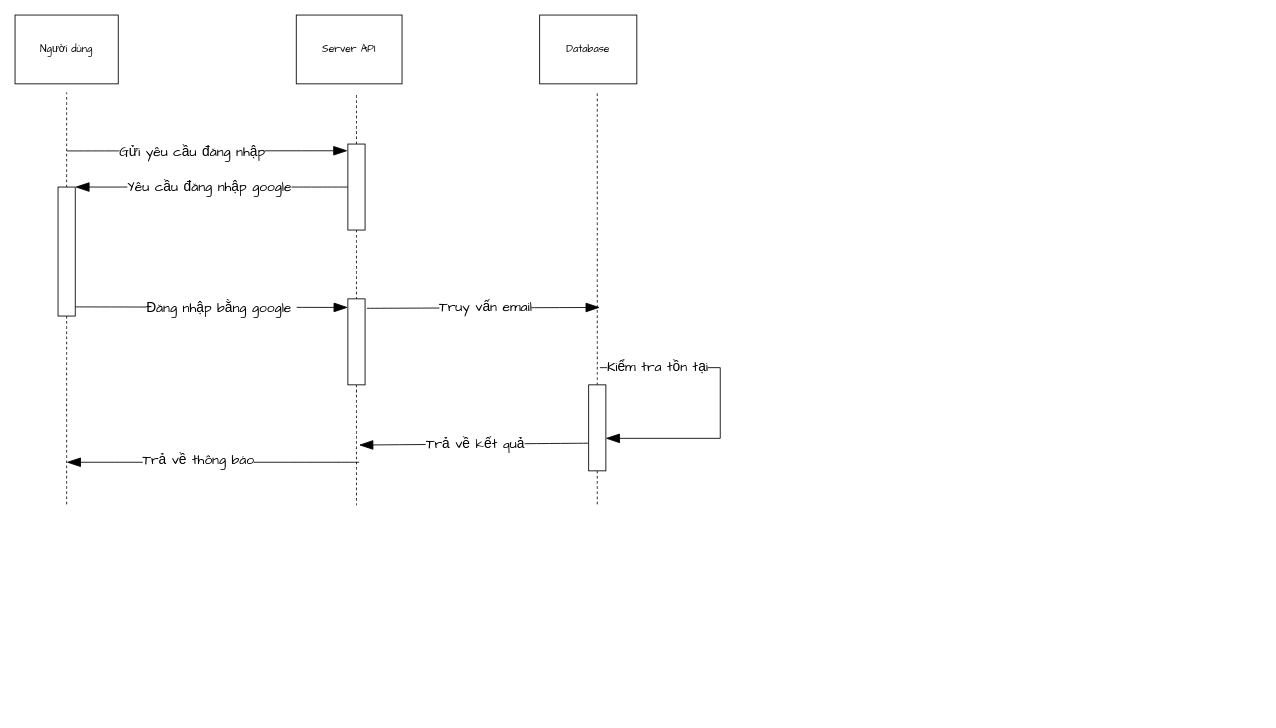
Before: diagrams/sequence/Login.drawio in VennDev/VRecommendSystem, a draw.io diagram. Source tidied: cells renumbered, new cells numbered last; positions are measured from the earlier drawing's top-left corner, leaving out a move shared by most shapes. Both pictures are drawn from the tidied source at 86%, with x=0, y=0 at pixel (15, 15).
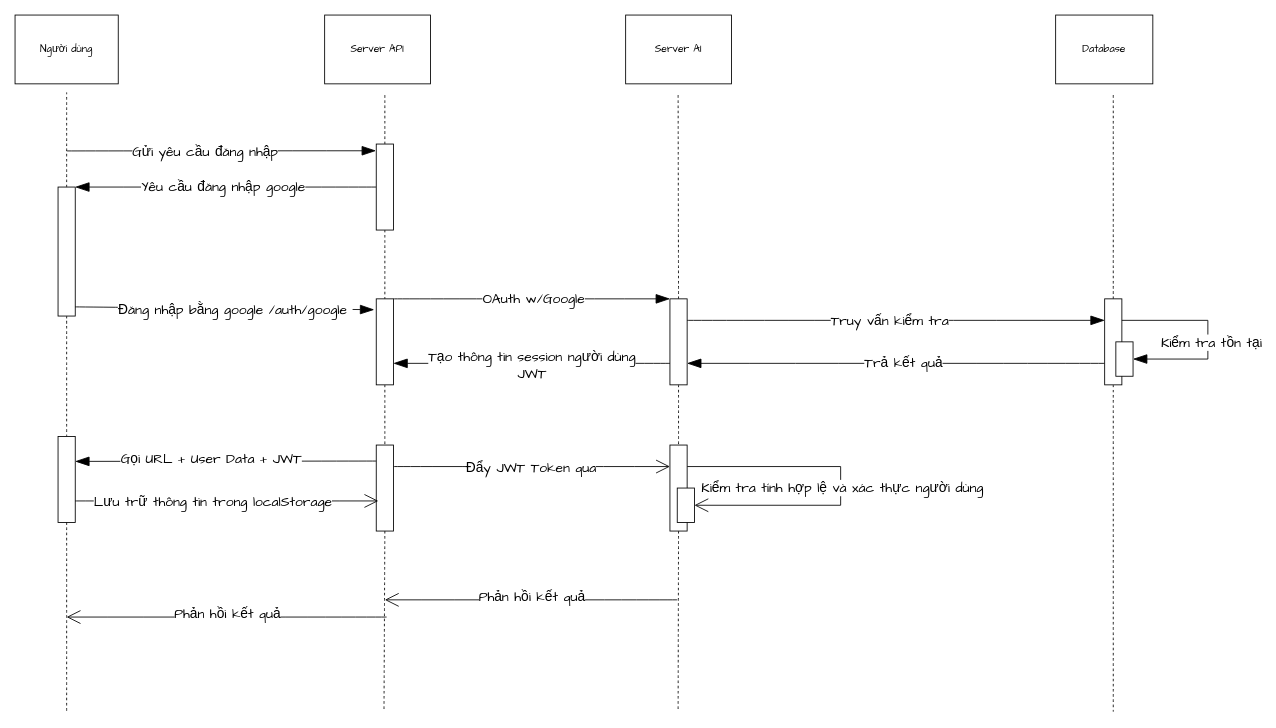
The same page after the edit.

Unchanged cells that the change refers to:
```xml
<mxCell id="3" style="rounded=0;whiteSpace=wrap;html=1;fontFamily=Architects Daughter;" parent="1" vertex="1">
  <mxGeometry x="50" y="200" width="20" height="150" as="geometry" />
</mxCell>
```

Change to the diagram source:
```diff
@@
-    <mxCell id="2" style="edgeStyle=none;curved=1;rounded=0;jettySize=auto;html=1;exitX=0.5;exitY=1;exitDx=0;exitDy=0;fontFamily=Architects Daughter;fontSize=16;startSize=14;endArrow=none;endSize=14;sourcePerimeterSpacing=8;targetPerimeterSpacing=8;endFill=0;dashed=1;" parent="1" edge="1" source="3">
-      <mxGeometry relative="1" as="geometry">
-        <mxPoint x="60" y="570" as="targetPoint" />
-      </mxGeometry>
+    <mxCell id="2" style="edgeStyle=none;curved=1;rounded=0;jettySize=auto;html=1;exitX=0.5;exitY=1;exitDx=0;exitDy=0;fontFamily=Architects Daughter;fontSize=16;startSize=14;endArrow=none;endSize=14;sourcePerimeterSpacing=8;targetPerimeterSpacing=8;endFill=0;dashed=1;entryX=0.5;entryY=0;entryDx=0;entryDy=0;" parent="1" edge="1" source="3" target="41">
+      <mxGeometry relative="1" as="geometry" />
     </mxCell>
@@
     <mxCell id="7" style="edgeStyle=none;curved=1;rounded=0;jettySize=auto;html=1;exitX=0.5;exitY=0;exitDx=0;exitDy=0;fontFamily=Architects Daughter;fontSize=16;startSize=14;endArrow=none;endSize=14;sourcePerimeterSpacing=8;targetPerimeterSpacing=8;endFill=0;dashed=1;" parent="1" edge="1" source="13">
       <mxGeometry relative="1" as="geometry">
-        <mxPoint x="397" y="90" as="targetPoint" />
+        <mxPoint x="430" y="90" as="targetPoint" />
       </mxGeometry>
     </mxCell>
-    <mxCell id="8" style="edgeStyle=none;curved=1;rounded=0;jettySize=auto;html=1;exitX=1.11;exitY=0.11;exitDx=0;exitDy=0;fontFamily=Architects Daughter;fontSize=16;startSize=14;endArrow=blockThin;endSize=14;sourcePerimeterSpacing=8;targetPerimeterSpacing=8;endFill=1;exitPerimeter=0;" parent="1" edge="1" source="22">
-      <mxGeometry relative="1" as="geometry">
-        <mxPoint x="680" y="340" as="targetPoint" />
-      </mxGeometry>
-    </mxCell>
-    <mxCell id="9" value="Truy vấn email" style="edgeLabel;html=1;align=center;verticalAlign=middle;fontSize=16;fontFamily=Architects Daughter;" parent="8" vertex="1">
-      <mxGeometry x="0.01" y="1" relative="1" as="geometry" />
-    </mxCell>
@@
     <mxCell id="13" style="rounded=0;whiteSpace=wrap;html=1;fontFamily=Architects Daughter;" parent="1" vertex="1">
-      <mxGeometry x="387" y="150" width="20" height="100" as="geometry" />
+      <mxGeometry x="420" y="150" width="20" height="100" as="geometry" />
     </mxCell>
     <mxCell id="14" value="Server API" style="rounded=0;whiteSpace=wrap;html=1;fontFamily=Architects Daughter;" parent="1" vertex="1">
-      <mxGeometry x="327" width="123" height="80" as="geometry" />
+      <mxGeometry x="360" width="123" height="80" as="geometry" />
     </mxCell>
     <mxCell id="15" value="Database" style="rounded=0;whiteSpace=wrap;html=1;fontFamily=Architects Daughter;" parent="1" vertex="1">
-      <mxGeometry x="610" width="113" height="80" as="geometry" />
+      <mxGeometry x="1210" width="113" height="80" as="geometry" />
     </mxCell>
     <mxCell id="16" style="edgeStyle=none;curved=1;rounded=0;jettySize=auto;html=1;exitX=0.5;exitY=0;exitDx=0;exitDy=0;fontFamily=Architects Daughter;fontSize=16;startSize=14;endArrow=none;endSize=14;sourcePerimeterSpacing=8;targetPerimeterSpacing=8;endFill=0;dashed=1;" parent="1" edge="1" source="19">
       <mxGeometry relative="1" as="geometry">
-        <mxPoint x="677" y="90" as="targetPoint" />
+        <mxPoint x="1277" y="90" as="targetPoint" />
       </mxGeometry>
     </mxCell>
-    <mxCell id="17" value="Trả về kết quả" style="edgeStyle=none;curved=1;rounded=0;jettySize=auto;html=1;exitX=0.15;exitY=0.678;exitDx=0;exitDy=0;fontFamily=Architects Daughter;fontSize=16;startSize=14;endArrow=blockThin;endSize=14;sourcePerimeterSpacing=8;targetPerimeterSpacing=8;endFill=1;exitPerimeter=0;" parent="1" edge="1" source="19">
-      <mxGeometry relative="1" as="geometry">
-        <mxPoint x="400" y="500" as="targetPoint" />
-      </mxGeometry>
-    </mxCell>
     <mxCell id="18" style="edgeStyle=none;curved=1;rounded=0;jettySize=auto;html=1;exitX=0.5;exitY=1;exitDx=0;exitDy=0;fontFamily=Architects Daughter;fontSize=16;startSize=14;endArrow=none;endSize=14;sourcePerimeterSpacing=8;targetPerimeterSpacing=8;endFill=0;dashed=1;" parent="1" edge="1" source="19">
       <mxGeometry relative="1" as="geometry">
-        <mxPoint x="677" y="570" as="targetPoint" />
+        <mxPoint x="1277" y="810" as="targetPoint" />
       </mxGeometry>
     </mxCell>
+    <mxCell id="29" style="edgeStyle=none;curved=1;rounded=0;jettySize=auto;html=1;exitX=0;exitY=0.75;exitDx=0;exitDy=0;entryX=1;entryY=0.75;entryDx=0;entryDy=0;fontFamily=Architects Daughter;fontSize=16;startSize=14;endArrow=blockThin;endSize=14;sourcePerimeterSpacing=8;targetPerimeterSpacing=8;endFill=1;" parent="1" edge="1" source="19" target="39">
+      <mxGeometry relative="1" as="geometry" />
+    </mxCell>
+    <mxCell id="30" value="Trả kết quả" style="edgeLabel;html=1;align=center;verticalAlign=middle;fontSize=16;fontFamily=Architects Daughter;" parent="29" vertex="1">
+      <mxGeometry x="-0.03" y="-1" relative="1" as="geometry" />
+    </mxCell>
     <mxCell id="19" style="rounded=0;whiteSpace=wrap;html=1;fontFamily=Architects Daughter;" parent="1" vertex="1">
-      <mxGeometry x="667" y="430" width="20" height="100" as="geometry" />
+      <mxGeometry x="1267" y="330" width="20" height="100" as="geometry" />
     </mxCell>
@@
-    <mxCell id="21" style="edgeStyle=none;curved=1;rounded=0;jettySize=auto;html=1;exitX=0.5;exitY=1;exitDx=0;exitDy=0;fontFamily=Architects Daughter;fontSize=16;startSize=14;endArrow=none;endSize=14;sourcePerimeterSpacing=8;targetPerimeterSpacing=8;endFill=0;dashed=1;" parent="1" edge="1" source="22">
-      <mxGeometry relative="1" as="geometry">
-        <mxPoint x="397" y="570" as="targetPoint" />
-      </mxGeometry>
+    <mxCell id="21" style="edgeStyle=none;curved=1;rounded=0;jettySize=auto;html=1;exitX=0.5;exitY=1;exitDx=0;exitDy=0;fontFamily=Architects Daughter;fontSize=16;startSize=14;endArrow=none;endSize=14;sourcePerimeterSpacing=8;targetPerimeterSpacing=8;endFill=0;dashed=1;entryX=0.5;entryY=0;entryDx=0;entryDy=0;" parent="1" edge="1" source="22" target="44">
+      <mxGeometry relative="1" as="geometry" />
     </mxCell>
+    <mxCell id="31" style="edgeStyle=none;curved=1;rounded=0;jettySize=auto;html=1;exitX=1;exitY=0;exitDx=0;exitDy=0;entryX=0;entryY=0;entryDx=0;entryDy=0;fontFamily=Architects Daughter;fontSize=16;startSize=14;endArrow=blockThin;endSize=14;sourcePerimeterSpacing=8;targetPerimeterSpacing=8;endFill=1;" parent="1" edge="1" source="22" target="39">
+      <mxGeometry relative="1" as="geometry" />
+    </mxCell>
+    <mxCell id="32" value="OAuth w/Google" style="edgeLabel;html=1;align=center;verticalAlign=middle;fontSize=16;fontFamily=Architects Daughter;" parent="31" vertex="1">
+      <mxGeometry x="0.01" y="1" relative="1" as="geometry" />
+    </mxCell>
     <mxCell id="22" style="rounded=0;whiteSpace=wrap;html=1;fontFamily=Architects Daughter;" parent="1" vertex="1">
-      <mxGeometry x="387" y="330" width="20" height="100" as="geometry" />
+      <mxGeometry x="420" y="330" width="20" height="100" as="geometry" />
     </mxCell>
-    <mxCell id="23" style="edgeStyle=none;curved=1;rounded=0;jettySize=auto;html=1;fontFamily=Architects Daughter;fontSize=16;startSize=14;endArrow=blockThin;endSize=14;sourcePerimeterSpacing=8;targetPerimeterSpacing=8;exitX=1;exitY=0.929;exitDx=0;exitDy=0;exitPerimeter=0;endFill=1;" parent="1" edge="1" source="3">
-      <mxGeometry relative="1" as="geometry">
-        <mxPoint x="387" y="340" as="targetPoint" />
-      </mxGeometry>
+    <mxCell id="23" style="edgeStyle=none;curved=1;rounded=0;jettySize=auto;html=1;fontFamily=Architects Daughter;fontSize=16;startSize=14;endArrow=blockThin;endSize=14;sourcePerimeterSpacing=8;targetPerimeterSpacing=8;exitX=1;exitY=0.929;exitDx=0;exitDy=0;exitPerimeter=0;endFill=1;entryX=-0.12;entryY=0.126;entryDx=0;entryDy=0;entryPerimeter=0;" parent="1" edge="1" source="3" target="22">
+      <mxGeometry relative="1" as="geometry" />
     </mxCell>
-    <mxCell id="24" value="Đăng nhập bằng google&amp;nbsp;" style="edgeLabel;html=1;align=center;verticalAlign=middle;fontSize=16;fontFamily=Architects Daughter;" parent="23" vertex="1">
+    <mxCell id="24" value="Đăng nhập bằng google /auth/google&amp;nbsp;" style="edgeLabel;html=1;align=center;verticalAlign=middle;fontSize=16;fontFamily=Architects Daughter;" parent="23" vertex="1">
       <mxGeometry x="0.07" y="-1" relative="1" as="geometry" />
     </mxCell>
-    <mxCell id="25" style="edgeStyle=none;orthogonalLoop=1;jettySize=auto;html=1;rounded=0;fontFamily=Architects Daughter;fontSize=16;startSize=14;endArrow=blockThin;endSize=14;sourcePerimeterSpacing=8;targetPerimeterSpacing=8;curved=1;endFill=1;" parent="1" edge="1">
+    <mxCell id="25" style="edgeStyle=none;jettySize=auto;html=1;rounded=0;fontFamily=Architects Daughter;fontSize=16;startSize=14;endArrow=blockThin;endSize=14;sourcePerimeterSpacing=8;targetPerimeterSpacing=8;curved=1;endFill=1;exitX=0.04;exitY=0.186;exitDx=0;exitDy=0;exitPerimeter=0;" parent="1" edge="1" source="44">
       <mxGeometry relative="1" as="geometry">
-        <mxPoint x="400" y="520" as="sourcePoint" />
-        <mxPoint x="60" y="520" as="targetPoint" />
+        <mxPoint x="70" y="519" as="targetPoint" />
       </mxGeometry>
     </mxCell>
-    <mxCell id="26" value="Trả về thông báo" style="edgeLabel;html=1;align=center;verticalAlign=middle;fontSize=16;fontFamily=Architects Daughter;" parent="25" vertex="1">
+    <mxCell id="26" value="Gọi URL + User Data + JWT" style="edgeLabel;html=1;align=center;verticalAlign=middle;fontSize=16;fontFamily=Architects Daughter;" parent="25" vertex="1">
       <mxGeometry x="0.1" y="-3" relative="1" as="geometry" />
     </mxCell>
-    <mxCell id="27" style="edgeStyle=orthogonalEdgeStyle;jettySize=auto;html=1;rounded=0;fontFamily=Architects Daughter;fontSize=16;startSize=14;endArrow=blockThin;endSize=14;sourcePerimeterSpacing=8;targetPerimeterSpacing=8;entryX=0.99;entryY=0.622;entryDx=0;entryDy=0;entryPerimeter=0;endFill=1;" parent="1" edge="1" target="19">
+    <mxCell id="27" style="edgeStyle=orthogonalEdgeStyle;jettySize=auto;html=1;rounded=0;fontFamily=Architects Daughter;fontSize=16;startSize=14;endArrow=blockThin;endSize=14;sourcePerimeterSpacing=8;targetPerimeterSpacing=8;entryX=1;entryY=0.5;entryDx=0;entryDy=0;endFill=1;exitX=1;exitY=0.25;exitDx=0;exitDy=0;" parent="1" edge="1" source="19" target="40">
       <mxGeometry relative="1" as="geometry">
-        <mxPoint x="680" y="410" as="sourcePoint" />
         <Array as="points">
-          <mxPoint x="820" y="410" />
-          <mxPoint x="820" y="492" />
+          <mxPoint x="1387" y="355" />
+          <mxPoint x="1387" y="400" />
         </Array>
       </mxGeometry>
     </mxCell>
     <mxCell id="28" value="Kiểm tra tồn tại" style="edgeLabel;html=1;align=center;verticalAlign=middle;fontSize=16;fontFamily=Architects Daughter;" parent="27" vertex="1">
-      <mxGeometry x="-0.63" y="2" relative="1" as="geometry" />
+      <mxGeometry x="-0.63" y="2" relative="1" as="geometry">
+        <mxPoint x="60" y="27" as="offset" />
+      </mxGeometry>
     </mxCell>
+    <mxCell id="33" value="Server AI" style="rounded=0;whiteSpace=wrap;html=1;fontFamily=Architects Daughter;" parent="1" vertex="1">
+      <mxGeometry x="710" width="123" height="80" as="geometry" />
+    </mxCell>
+    <mxCell id="34" style="edgeStyle=none;curved=1;rounded=0;jettySize=auto;html=1;exitX=0.5;exitY=0;exitDx=0;exitDy=0;fontFamily=Architects Daughter;fontSize=16;startSize=14;endArrow=none;endSize=14;sourcePerimeterSpacing=8;targetPerimeterSpacing=8;endFill=0;dashed=1;" parent="1" edge="1" source="39">
+      <mxGeometry relative="1" as="geometry">
+        <mxPoint x="771" y="90" as="targetPoint" />
+      </mxGeometry>
+    </mxCell>
+    <mxCell id="35" style="edgeStyle=none;curved=1;rounded=0;jettySize=auto;html=1;exitX=0;exitY=0.75;exitDx=0;exitDy=0;entryX=1;entryY=0.75;entryDx=0;entryDy=0;fontFamily=Architects Daughter;fontSize=16;startSize=14;endArrow=blockThin;endSize=14;sourcePerimeterSpacing=8;targetPerimeterSpacing=8;endFill=1;" parent="1" edge="1" source="39" target="22">
+      <mxGeometry relative="1" as="geometry" />
+    </mxCell>
+    <mxCell id="36" value="Tạo thông tin session người dùng&lt;div&gt;JWT&lt;/div&gt;" style="edgeLabel;html=1;align=center;verticalAlign=middle;fontSize=16;fontFamily=Architects Daughter;" parent="35" vertex="1">
+      <mxGeometry y="2" relative="1" as="geometry" />
+    </mxCell>
+    <mxCell id="37" style="edgeStyle=none;curved=1;rounded=0;jettySize=auto;html=1;exitX=1;exitY=0.25;exitDx=0;exitDy=0;entryX=0;entryY=0.25;entryDx=0;entryDy=0;fontFamily=Architects Daughter;fontSize=16;startSize=14;endArrow=blockThin;endSize=14;sourcePerimeterSpacing=8;targetPerimeterSpacing=8;endFill=1;" parent="1" edge="1" source="39" target="19">
+      <mxGeometry relative="1" as="geometry" />
+    </mxCell>
+    <mxCell id="38" value="Truy vấn kiểm tra" style="edgeLabel;html=1;align=center;verticalAlign=middle;fontSize=16;fontFamily=Architects Daughter;" parent="37" vertex="1">
+      <mxGeometry x="-0.03" relative="1" as="geometry" />
+    </mxCell>
+    <mxCell id="39" style="rounded=0;whiteSpace=wrap;html=1;fontFamily=Architects Daughter;" parent="1" vertex="1">
+      <mxGeometry x="761.5" y="330" width="20" height="100" as="geometry" />
+    </mxCell>
+    <mxCell id="40" style="rounded=0;whiteSpace=wrap;html=1;fontFamily=Architects Daughter;" parent="1" vertex="1">
+      <mxGeometry x="1280" y="380" width="20" height="40" as="geometry" />
+    </mxCell>
+    <mxCell id="41" style="rounded=0;whiteSpace=wrap;html=1;fontFamily=Architects Daughter;" parent="1" vertex="1">
+      <mxGeometry x="50" y="490" width="20" height="100" as="geometry" />
+    </mxCell>
+    <mxCell id="42" style="edgeStyle=none;curved=1;rounded=0;jettySize=auto;html=1;exitX=1;exitY=0.25;exitDx=0;exitDy=0;entryX=0;entryY=0.25;entryDx=0;entryDy=0;fontFamily=Architects Daughter;fontSize=16;startSize=14;endArrow=open;endSize=14;sourcePerimeterSpacing=8;targetPerimeterSpacing=8;" parent="1" edge="1" source="44" target="51">
+      <mxGeometry relative="1" as="geometry" />
+    </mxCell>
+    <mxCell id="43" value="Đẩy JWT Token qua" style="edgeLabel;html=1;align=center;verticalAlign=middle;fontSize=16;fontFamily=Architects Daughter;" parent="42" vertex="1">
+      <mxGeometry x="-0.01" y="-1" relative="1" as="geometry" />
+    </mxCell>
+    <mxCell id="44" style="rounded=0;whiteSpace=wrap;html=1;fontFamily=Architects Daughter;" parent="1" vertex="1">
+      <mxGeometry x="420" y="500" width="20" height="100" as="geometry" />
+    </mxCell>
+    <mxCell id="45" style="edgeStyle=none;curved=1;rounded=0;jettySize=auto;html=1;exitX=1;exitY=0.75;exitDx=0;exitDy=0;entryX=0.12;entryY=0.65;entryDx=0;entryDy=0;entryPerimeter=0;fontFamily=Architects Daughter;fontSize=16;startSize=14;endArrow=open;endSize=14;sourcePerimeterSpacing=8;targetPerimeterSpacing=8;" parent="1" edge="1" source="41" target="44">
+      <mxGeometry relative="1" as="geometry" />
+    </mxCell>
+    <mxCell id="46" value="Lưu trữ thông tin trong localStorage" style="edgeLabel;html=1;align=center;verticalAlign=middle;fontSize=16;fontFamily=Architects Daughter;" parent="45" vertex="1">
+      <mxGeometry x="-0.1" relative="1" as="geometry" />
+    </mxCell>
+    <mxCell id="47" style="edgeStyle=orthogonalEdgeStyle;rounded=0;jettySize=auto;html=1;exitX=1;exitY=0.25;exitDx=0;exitDy=0;fontFamily=Architects Daughter;fontSize=16;startSize=14;endArrow=open;endSize=14;sourcePerimeterSpacing=8;targetPerimeterSpacing=8;entryX=1;entryY=0.5;entryDx=0;entryDy=0;" parent="1" edge="1" source="51" target="53">
+      <mxGeometry relative="1" as="geometry">
+        <Array as="points">
+          <mxPoint x="960" y="525" />
+          <mxPoint x="960" y="570" />
+        </Array>
+      </mxGeometry>
+    </mxCell>
+    <mxCell id="48" value="Kiểm tra tính hợp lệ và xác thực người dùng" style="edgeLabel;html=1;align=center;verticalAlign=middle;fontSize=16;fontFamily=Architects Daughter;" parent="47" vertex="1">
+      <mxGeometry x="0.03" y="1" relative="1" as="geometry" />
+    </mxCell>
+    <mxCell id="49" style="edgeStyle=none;curved=1;rounded=0;orthogonalLoop=1;jettySize=auto;html=1;entryX=1;entryY=0.75;entryDx=0;entryDy=0;fontFamily=Architects Daughter;fontSize=16;startSize=14;endArrow=open;endSize=14;sourcePerimeterSpacing=8;targetPerimeterSpacing=8;" parent="1" edge="1">
+      <mxGeometry relative="1" as="geometry">
+        <mxPoint x="770" y="680" as="sourcePoint" />
+        <mxPoint x="430" y="680" as="targetPoint" />
+      </mxGeometry>
+    </mxCell>
+    <mxCell id="50" value="Phản hồi kết quả" style="edgeLabel;html=1;align=center;verticalAlign=middle;fontSize=16;fontFamily=Architects Daughter;" parent="49" vertex="1">
+      <mxGeometry y="-4" relative="1" as="geometry" />
+    </mxCell>
+    <mxCell id="51" style="rounded=0;whiteSpace=wrap;html=1;fontFamily=Architects Daughter;" parent="1" vertex="1">
+      <mxGeometry x="761.5" y="500" width="20" height="100" as="geometry" />
+    </mxCell>
+    <mxCell id="52" style="edgeStyle=none;curved=1;rounded=0;jettySize=auto;html=1;exitX=0.5;exitY=1;exitDx=0;exitDy=0;fontFamily=Architects Daughter;fontSize=16;startSize=14;endArrow=none;endSize=14;sourcePerimeterSpacing=8;targetPerimeterSpacing=8;endFill=0;dashed=1;entryX=0.5;entryY=0;entryDx=0;entryDy=0;" parent="1" edge="1" source="39" target="51">
+      <mxGeometry relative="1" as="geometry" />
+    </mxCell>
+    <mxCell id="53" style="rounded=0;whiteSpace=wrap;html=1;fontFamily=Architects Daughter;" parent="1" vertex="1">
+      <mxGeometry x="770" y="550" width="20" height="40" as="geometry" />
+    </mxCell>
+    <mxCell id="54" style="edgeStyle=none;curved=1;rounded=0;jettySize=auto;html=1;fontFamily=Architects Daughter;fontSize=16;startSize=14;endArrow=none;endSize=14;sourcePerimeterSpacing=8;targetPerimeterSpacing=8;endFill=0;dashed=1;exitX=0.5;exitY=1;exitDx=0;exitDy=0;" parent="1" edge="1" source="41">
+      <mxGeometry relative="1" as="geometry">
+        <mxPoint x="60" y="810" as="targetPoint" />
+      </mxGeometry>
+    </mxCell>
+    <mxCell id="55" style="edgeStyle=none;curved=1;rounded=0;jettySize=auto;html=1;fontFamily=Architects Daughter;fontSize=16;startSize=14;endArrow=none;endSize=14;sourcePerimeterSpacing=8;targetPerimeterSpacing=8;endFill=0;dashed=1;exitX=0.5;exitY=1;exitDx=0;exitDy=0;" parent="1" edge="1" source="44">
+      <mxGeometry relative="1" as="geometry">
+        <mxPoint x="429" y="810" as="targetPoint" />
+      </mxGeometry>
+    </mxCell>
+    <mxCell id="56" style="edgeStyle=none;curved=1;rounded=0;jettySize=auto;html=1;fontFamily=Architects Daughter;fontSize=16;startSize=14;endArrow=none;endSize=14;sourcePerimeterSpacing=8;targetPerimeterSpacing=8;endFill=0;dashed=1;exitX=0.5;exitY=1;exitDx=0;exitDy=0;" parent="1" edge="1" source="51">
+      <mxGeometry relative="1" as="geometry">
+        <mxPoint x="771" y="810" as="targetPoint" />
+      </mxGeometry>
+    </mxCell>
+    <mxCell id="57" style="edgeStyle=none;curved=1;rounded=0;orthogonalLoop=1;jettySize=auto;html=1;exitX=0;exitY=0.75;exitDx=0;exitDy=0;fontFamily=Architects Daughter;fontSize=16;startSize=14;endArrow=open;endSize=14;sourcePerimeterSpacing=8;targetPerimeterSpacing=8;" parent="1" edge="1">
+      <mxGeometry relative="1" as="geometry">
+        <mxPoint x="432" y="700" as="sourcePoint" />
+        <mxPoint x="60" y="700" as="targetPoint" />
+      </mxGeometry>
+    </mxCell>
+    <mxCell id="58" value="Phản hồi kết quả" style="edgeLabel;html=1;align=center;verticalAlign=middle;fontSize=16;fontFamily=Architects Daughter;" parent="57" vertex="1">
+      <mxGeometry y="-4" relative="1" as="geometry" />
+    </mxCell>
```
